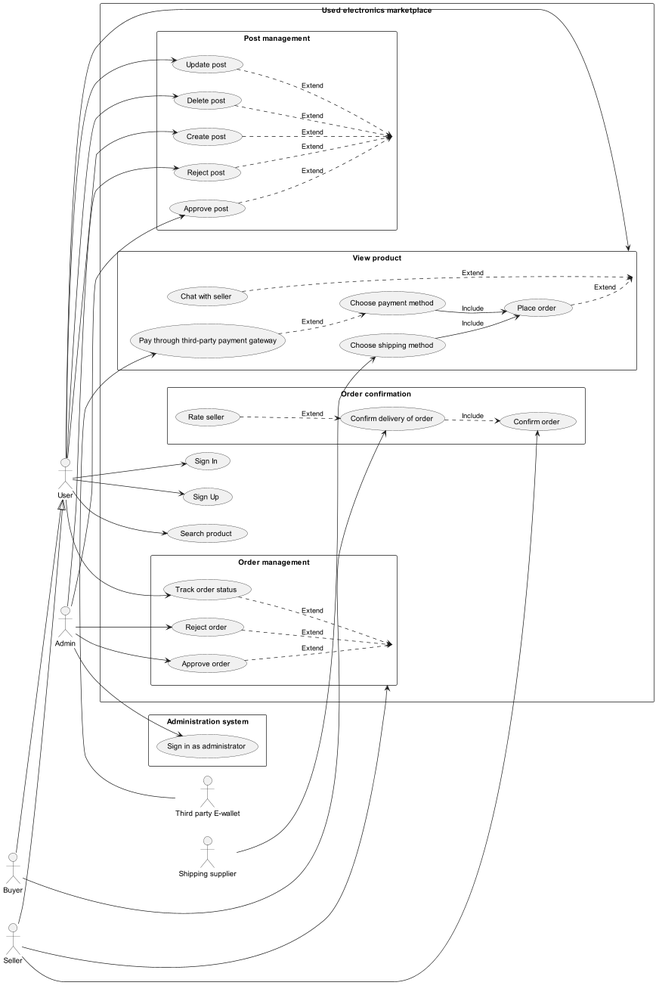
This is Lab 1.2/img/use-case.png from doublek2712/SE357-Pratice-class, a PlantUML export, as it was before one commit.
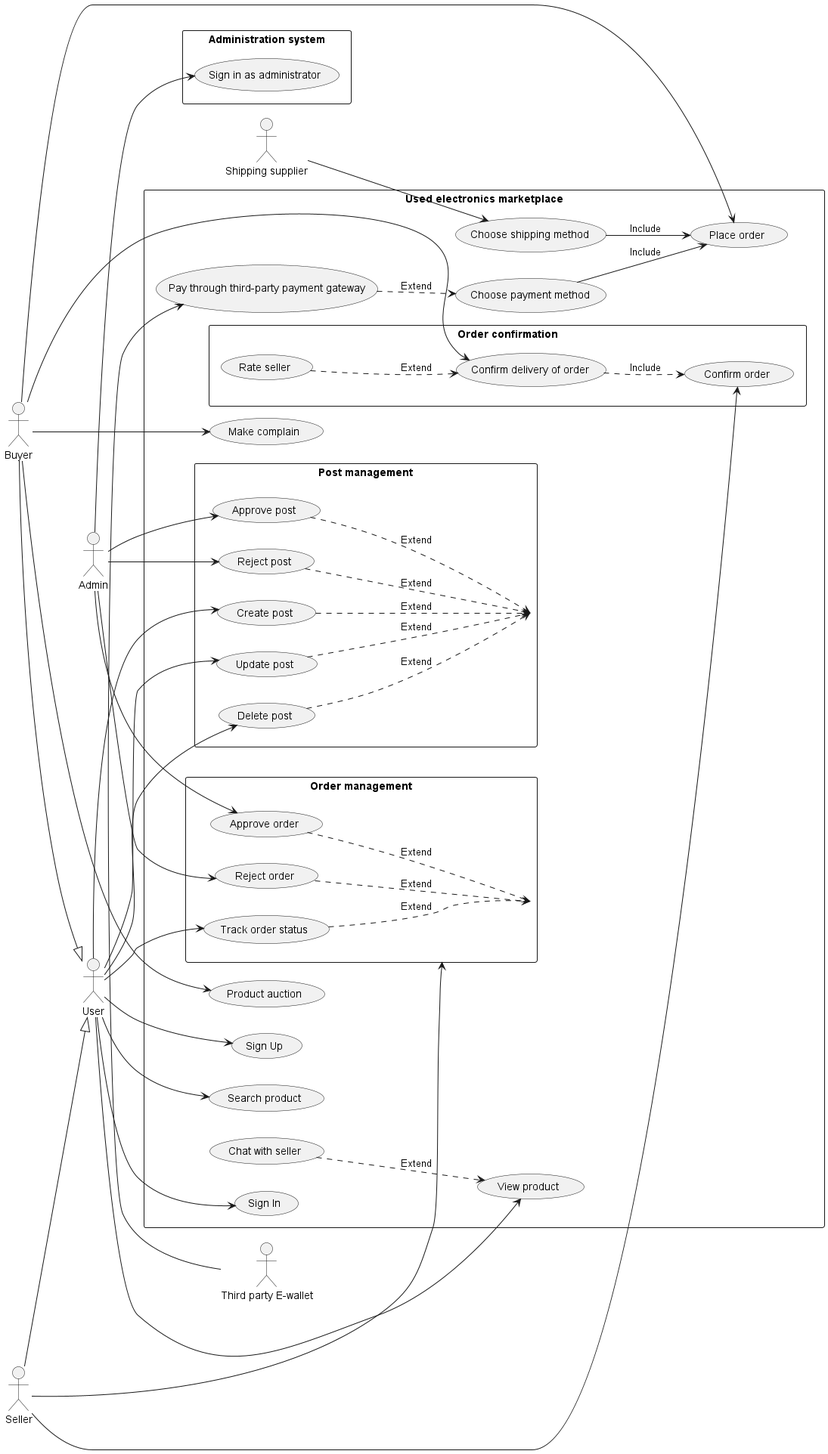
The same diagram one commit later.

Commit message:
update use case

The edit, as a diff of the source:
```diff
@@ -29,15 +29,14 @@
         Seller --> (Confirm order)
         (Confirm delivery of order) ..> (Confirm order): Include
     }
-    rectangle "View product" {
-       (Chat with seller) ..> (View product): Extend
-       (Place order) ..> (View product): Extend
-       (Choose payment method) --> (Place order): Include
-       (Choose shipping method) --> (Place order): Include
-       "Shipping supplier" --> (Choose shipping method)
-       (Pay through third-party payment gateway) ..> (Choose payment method): Extend
-       "Third party E-wallet" -> (Pay through third-party payment gateway)
-    }
+
+    (Chat with seller) ..> (View product): Extend
+    (Choose payment method) --> (Place order): Include
+    (Choose shipping method) --> (Place order): Include
+    "Shipping supplier" --> (Choose shipping method)
+    (Pay through third-party payment gateway) ..> (Choose payment method): Extend
+    "Third party E-wallet" -> (Pay through third-party payment gateway)
+    Buyer --> (Place order)
     User --> (Create post)
     User --> (Update post)
     User --> (Delete post)
@@ -48,7 +47,8 @@
     Seller --> (Order management)
     User --> (Track order status)
     Buyer --> (Confirm delivery of order)
-
+    Buyer --> (Make complain)
+    Buyer --> (Product auction)
 }
 rectangle "Administration system"{
     Admin --> (Sign in as administrator)
```
